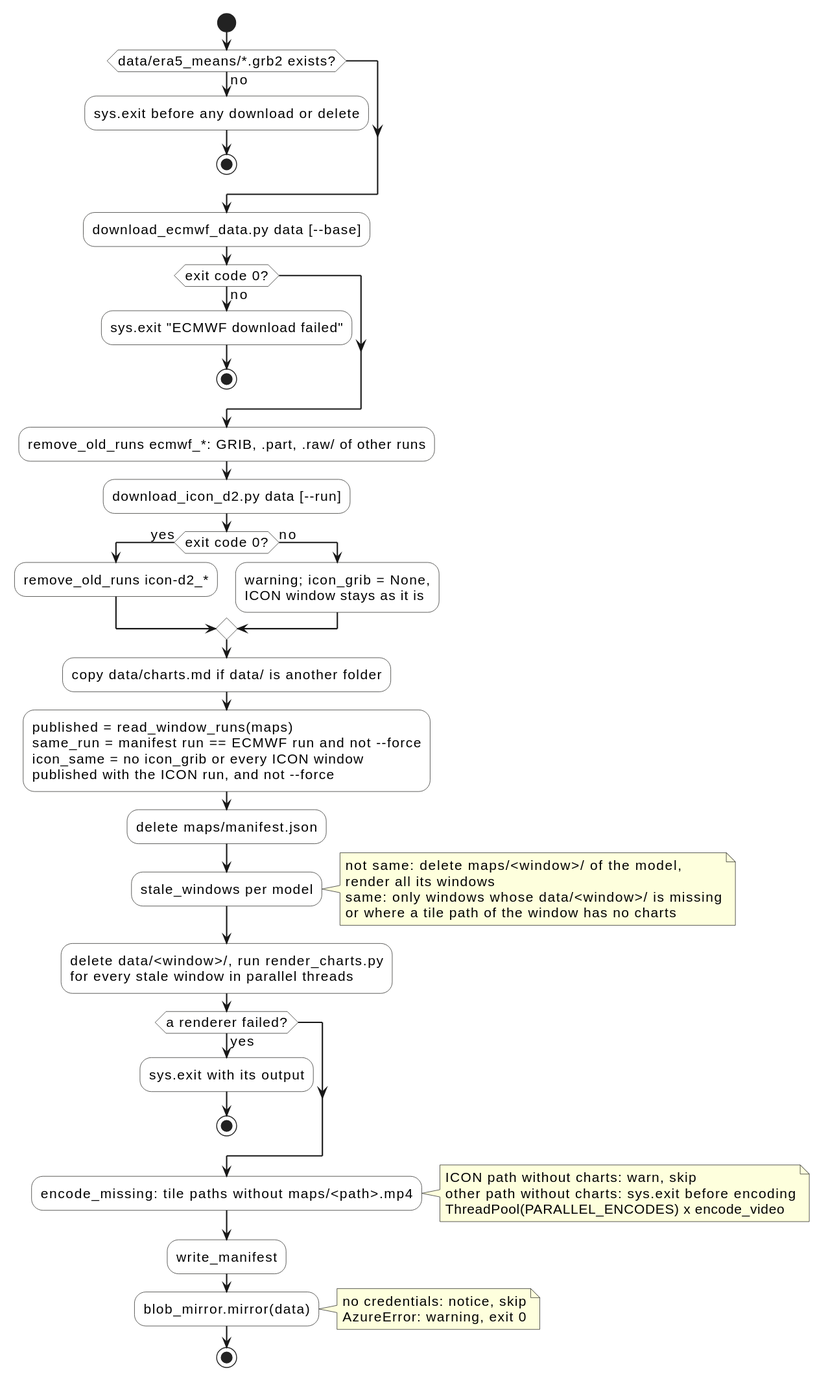
schletz/wetterkartenviewer keeps this PlantUML diagram as docs/update_maps.svg. Above is the earlier version.
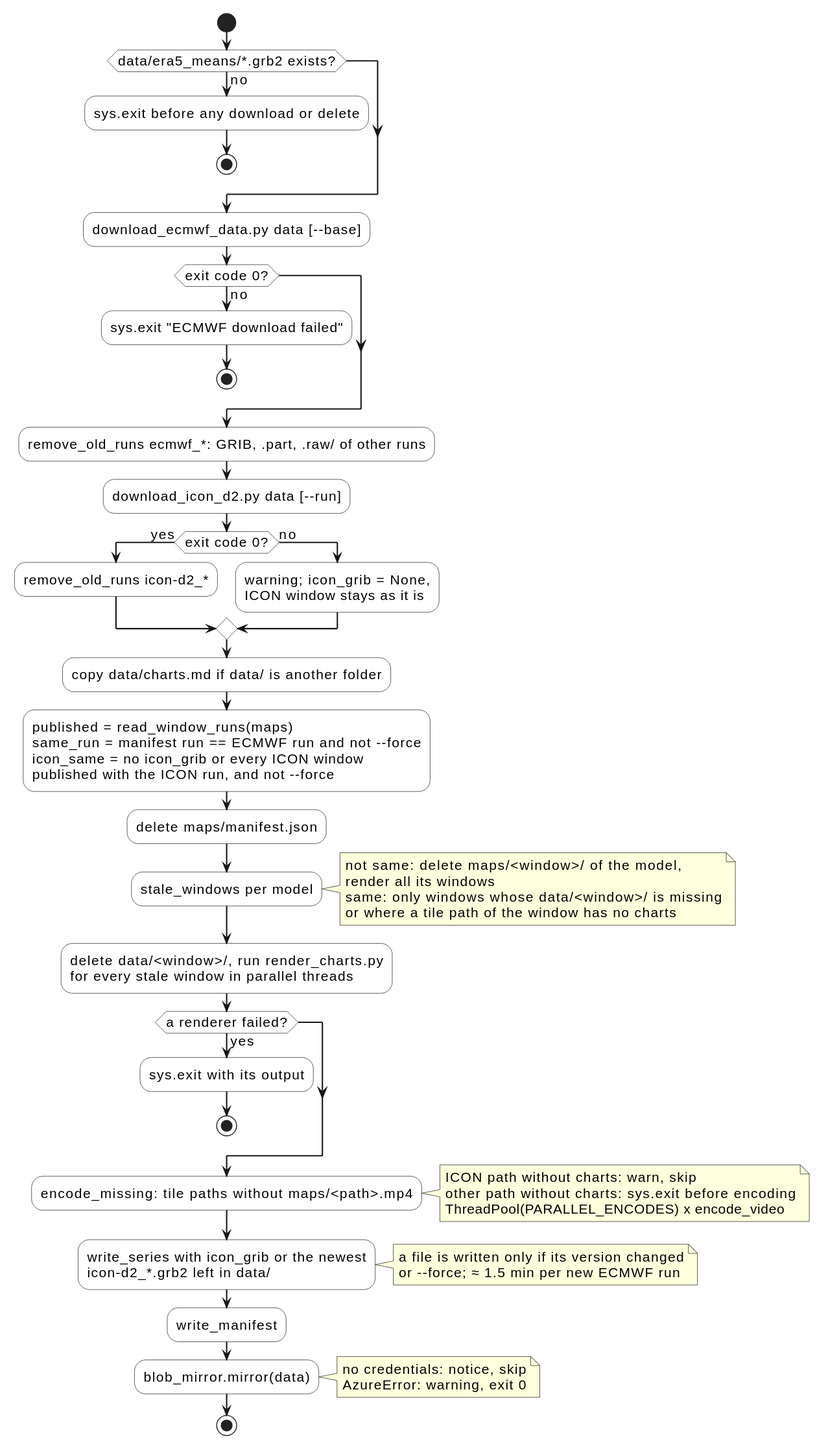
The same file after the commit.

Diff of the diagram source:
```diff
@@ -84,6 +84,12 @@
  other path without charts: sys.exit before encoding
  ThreadPool(PARALLEL_ENCODES) x encode_video
 end note
+:write_series with icon_grib or the newest
+icon-d2_*.grb2 left in data/;
+note right
+ a file is written only if its version changed
+ or --force; ≈ 1.5 min per new ECMWF run
+end note
 :write_manifest;
 :blob_mirror.mirror(data);
 note right
```
